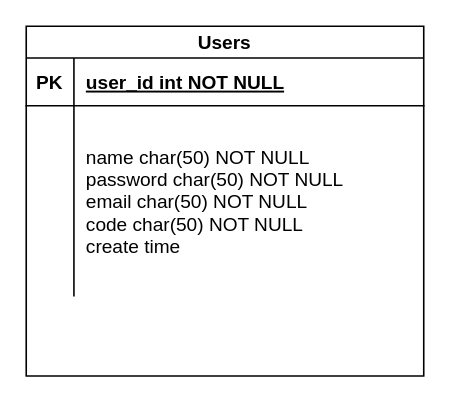
The draw.io diagram MedDB.drawio in HelloYLee/SystemDesign, before the edit. Source tidied: cells renumbered, new cells numbered last; positions are measured from the earlier drawing's top-left corner, leaving out a move shared by most shapes. Both pictures are drawn from the tidied source at 159%, with x=0, y=0 at pixel (25, 25).
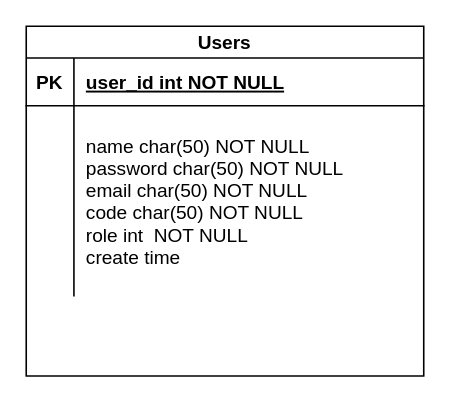
Above is the later version.

Diff of the diagram source:
```diff
@@
 <mxGraphModel>
   <root>
     <mxCell id="0" />
     <mxCell id="1" parent="0" />
     <mxCell id="2" value="Users" style="shape=table;startSize=20;childLayout=tableLayout;rowLines=0;fontStyle=1;align=center;" parent="1" vertex="1">
       <mxGeometry width="250" height="220" as="geometry" />
     </mxCell>
     <mxCell id="3" style="shape=partialRectangle;fillColor=none;top=0;left=0;right=0;bottom=1;" parent="2" vertex="1">
       <mxGeometry y="20" width="250" height="30" as="geometry" />
     </mxCell>
     <mxCell id="4" value="PK" style="shape=partialRectangle;overflow=hidden;fillColor=none;top=0;left=0;bottom=0;right=0;fontStyle=1;" parent="3" vertex="1">
       <mxGeometry width="30" height="30" as="geometry" />
     </mxCell>
     <mxCell id="5" value="user_id int NOT NULL " style="shape=partialRectangle;overflow=hidden;fillColor=none;top=0;left=0;bottom=0;right=0;align=left;spacingLeft=6;fontStyle=5;" parent="3" vertex="1">
       <mxGeometry x="30" width="220" height="30" as="geometry" />
     </mxCell>
     <mxCell id="6" style="shape=partialRectangle;fillColor=none;top=0;left=0;right=0;bottom=0;" parent="2" vertex="1">
       <mxGeometry y="50" width="250" height="120" as="geometry" />
     </mxCell>
     <mxCell id="7" style="shape=partialRectangle;overflow=hidden;fillColor=none;top=0;left=0;bottom=0;right=0;" parent="6" vertex="1">
       <mxGeometry width="30" height="120" as="geometry" />
     </mxCell>
-    <mxCell id="8" value="name char(50) NOT NULL&#10;password char(50) NOT NULL&#10;email char(50) NOT NULL&#10;code char(50) NOT NULL&#10;create time" style="shape=partialRectangle;overflow=hidden;fillColor=none;top=0;left=0;bottom=0;right=0;align=left;spacingLeft=6;" parent="6" vertex="1">
+    <mxCell id="8" value="name char(50) NOT NULL&#10;password char(50) NOT NULL&#10;email char(50) NOT NULL&#10;code char(50) NOT NULL&#10;role int  NOT NULL&#10;create time" style="shape=partialRectangle;overflow=hidden;fillColor=none;top=0;left=0;bottom=0;right=0;align=left;spacingLeft=6;" parent="6" vertex="1">
       <mxGeometry x="30" width="220" height="120" as="geometry" />
     </mxCell>
   </root>
 </mxGraphModel>
```
